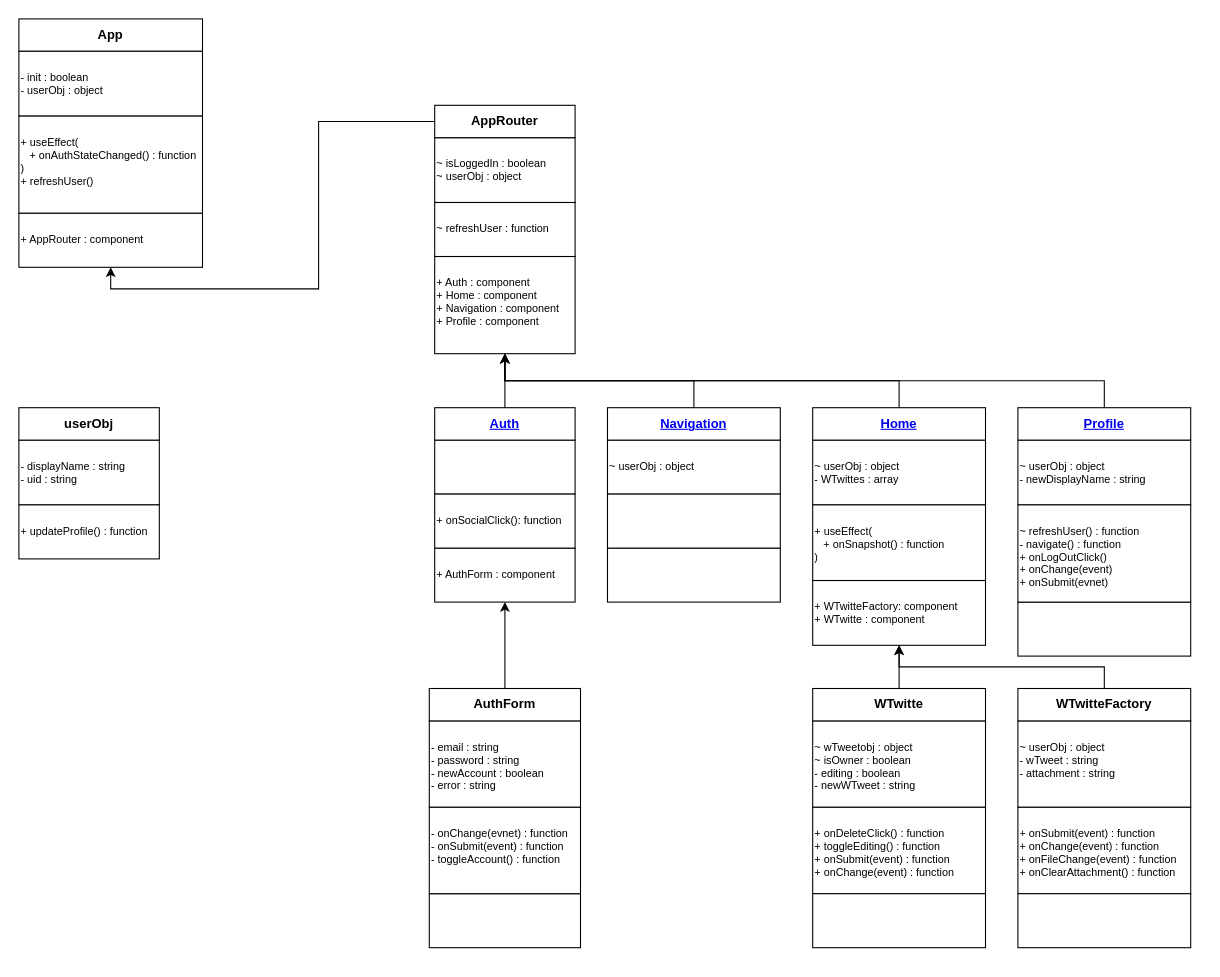
Earlier version of the draw.io diagram page "Class Diagram" (2 of 5) of wtwitter.drawio (euoom/wtwitter). Source tidied: cells renumbered, new cells numbered last; positions are measured from the earlier drawing's top-left corner, leaving out a move shared by most shapes. Both pictures are drawn from the tidied source at 108%, with x=0, y=0 at pixel (18, 18).
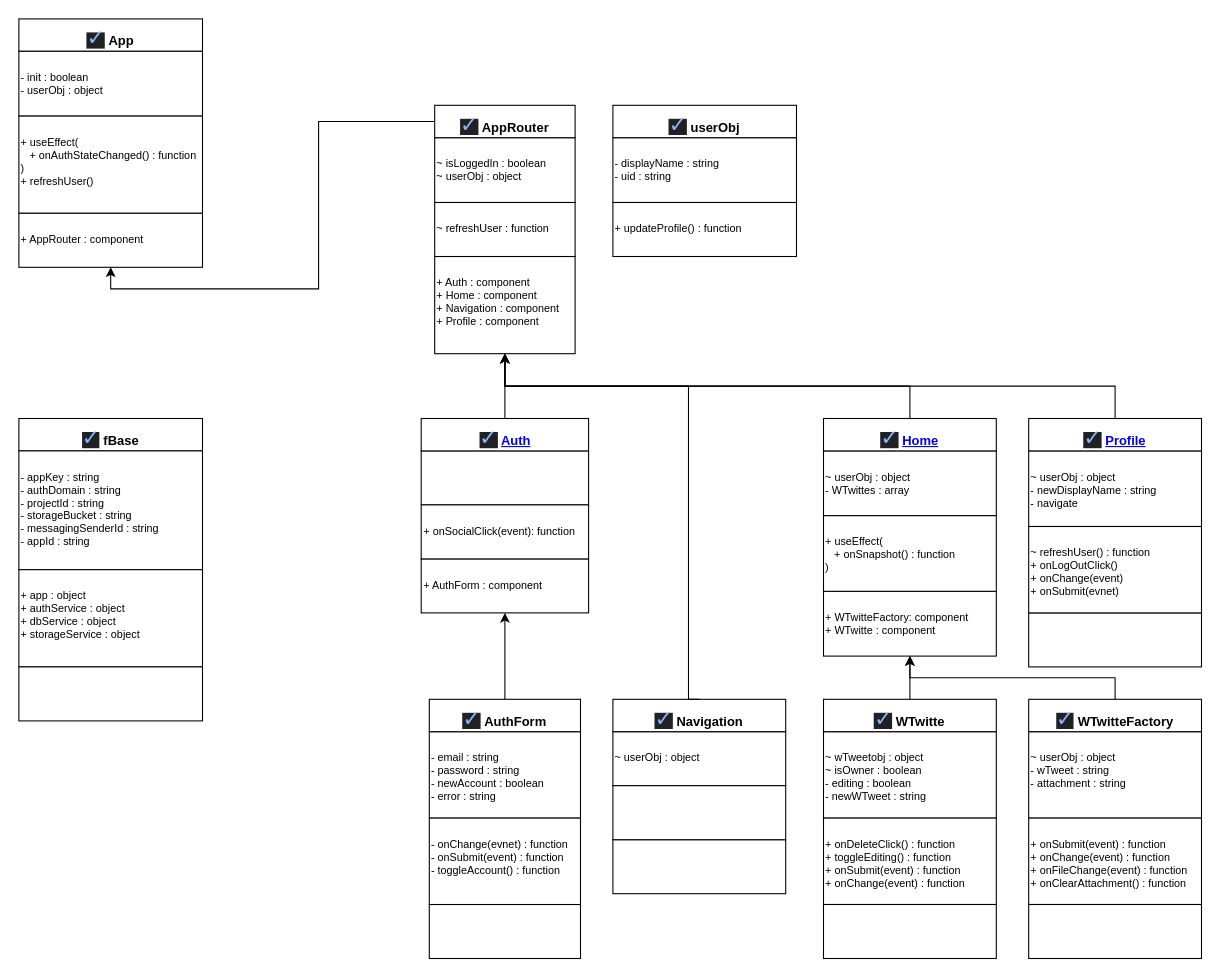
The same diagram, later.

The change refers to these unchanged cells:
```xml
<mxCell id="2" style="group;" parent="1" vertex="1">
  <mxGeometry width="170" height="230" as="geometry" />
</mxCell>
<mxCell id="12" style="group;" parent="1" vertex="1">
  <mxGeometry x="385" y="80" width="130" height="230" as="geometry" />
</mxCell>
<mxCell id="15" value="&lt;br&gt;+ Auth&amp;nbsp;: component&lt;br&gt;+ Home&amp;nbsp;: component&lt;br&gt;+ Navigation&amp;nbsp;: component&lt;br&gt;+ Profile&amp;nbsp;: component" style="whiteSpace=wrap;html=1;rounded=0;fontSize=10;align=left;verticalAlign=top;" parent="12" vertex="1">
  <mxGeometry y="140" width="130" height="90" as="geometry" />
</mxCell>
```

Diff of the diagram source:
```diff
@@
-    <mxCell id="3" value="&lt;b&gt;App&lt;/b&gt;" style="whiteSpace=wrap;html=1;rounded=0;fontSize=12;" parent="2" vertex="1">
+    <mxCell id="3" value="&lt;a style=&quot;color: rgb(138, 180, 248); text-decoration-line: none; -webkit-tap-highlight-color: rgba(255, 255, 255, 0.1); outline: 0px; font-family: &amp;quot;Apple SD Gothic Neo&amp;quot;, arial, sans-serif; font-size: small; text-align: left; background-color: rgb(32, 33, 36);&quot; href=&quot;https://unicode-table.com/kr/2713/&quot;&gt;&lt;h3 style=&quot;font-weight: 400; margin: 0px; padding: 5px 0px 0px; font-size: 20px; line-height: 1.3; display: inline-block;&quot; class=&quot;LC20lb MBeuO DKV0Md&quot;&gt;✓&lt;/h3&gt;&lt;/a&gt;&amp;nbsp;&lt;b&gt;App&lt;/b&gt;" style="whiteSpace=wrap;html=1;rounded=0;fontSize=12;" parent="2" vertex="1">
       <mxGeometry width="170" height="30" as="geometry" />
     </mxCell>
@@
     <mxCell id="8" style="group;" parent="1" vertex="1">
-      <mxGeometry y="360" width="130" height="140" as="geometry" />
+      <mxGeometry x="550" y="80" width="170" height="140" as="geometry" />
     </mxCell>
     <mxCell id="9" value="&lt;br&gt;- displayName : string&lt;br&gt;- uid : string" style="whiteSpace=wrap;html=1;rounded=0;fontSize=10;align=left;verticalAlign=top;" parent="8" vertex="1">
-      <mxGeometry y="30" width="130" height="60" as="geometry" />
+      <mxGeometry y="30" width="170" height="60" as="geometry" />
     </mxCell>
-    <mxCell id="10" value="&lt;b&gt;userObj&lt;/b&gt;" style="whiteSpace=wrap;html=1;rounded=0;fontSize=12;" parent="8" vertex="1">
-      <mxGeometry width="130" height="30" as="geometry" />
+    <mxCell id="10" value="&lt;a style=&quot;color: rgb(138, 180, 248); text-decoration-line: none; -webkit-tap-highlight-color: rgba(255, 255, 255, 0.1); outline: 0px; font-family: &amp;quot;Apple SD Gothic Neo&amp;quot;, arial, sans-serif; font-size: small; text-align: left; background-color: rgb(32, 33, 36);&quot; href=&quot;https://unicode-table.com/kr/2713/&quot;&gt;&lt;h3 style=&quot;font-weight: 400; margin: 0px; padding: 5px 0px 0px; font-size: 20px; line-height: 1.3; display: inline-block;&quot; class=&quot;LC20lb MBeuO DKV0Md&quot;&gt;✓&lt;/h3&gt;&lt;/a&gt;&amp;nbsp;&lt;b&gt;userObj&lt;/b&gt;" style="whiteSpace=wrap;html=1;rounded=0;fontSize=12;" parent="8" vertex="1">
+      <mxGeometry width="170" height="30" as="geometry" />
     </mxCell>
     <mxCell id="11" value="&lt;br&gt;+ updateProfile() : function" style="whiteSpace=wrap;html=1;rounded=0;fontSize=10;align=left;verticalAlign=top;" parent="8" vertex="1">
-      <mxGeometry y="90" width="130" height="50" as="geometry" />
+      <mxGeometry y="90" width="170" height="50" as="geometry" />
     </mxCell>
@@
-    <mxCell id="14" value="&lt;b&gt;AppRouter&lt;/b&gt;" style="whiteSpace=wrap;html=1;rounded=0;fontSize=12;" parent="12" vertex="1">
+    <mxCell id="14" value="&lt;a style=&quot;color: rgb(138, 180, 248); text-decoration-line: none; -webkit-tap-highlight-color: rgba(255, 255, 255, 0.1); outline: 0px; font-family: &amp;quot;Apple SD Gothic Neo&amp;quot;, arial, sans-serif; font-size: small; text-align: left; background-color: rgb(32, 33, 36);&quot; href=&quot;https://unicode-table.com/kr/2713/&quot;&gt;&lt;h3 style=&quot;font-weight: 400; margin: 0px; padding: 5px 0px 0px; font-size: 20px; line-height: 1.3; display: inline-block;&quot; class=&quot;LC20lb MBeuO DKV0Md&quot;&gt;✓&lt;/h3&gt;&lt;/a&gt;&amp;nbsp;&lt;b&gt;AppRouter&lt;/b&gt;" style="whiteSpace=wrap;html=1;rounded=0;fontSize=12;" parent="12" vertex="1">
       <mxGeometry width="130" height="30" as="geometry" />
     </mxCell>
@@
     <mxCell id="17" style="group;" parent="1" vertex="1">
-      <mxGeometry x="385" y="360" width="130" height="180" as="geometry" />
+      <mxGeometry x="372.5" y="370" width="155" height="180" as="geometry" />
     </mxCell>
     <mxCell id="18" style="whiteSpace=wrap;html=1;rounded=0;fontSize=10;align=left;verticalAlign=top;" parent="17" vertex="1">
-      <mxGeometry y="30" width="130" height="50" as="geometry" />
+      <mxGeometry y="30" width="155" height="50" as="geometry" />
     </mxCell>
-    <mxCell id="19" value="&lt;b&gt;&lt;a href=&quot;data:page/id,FzWzsDu9g3t20pTuYuTG&quot;&gt;Auth&lt;/a&gt;&lt;/b&gt;" style="whiteSpace=wrap;html=1;rounded=0;fontSize=12;" parent="17" vertex="1">
-      <mxGeometry width="130" height="30" as="geometry" />
+    <mxCell id="19" value="&lt;a style=&quot;color: rgb(138, 180, 248); text-decoration-line: none; -webkit-tap-highlight-color: rgba(255, 255, 255, 0.1); outline: 0px; font-family: &amp;quot;Apple SD Gothic Neo&amp;quot;, arial, sans-serif; font-size: small; text-align: left; background-color: rgb(32, 33, 36);&quot; href=&quot;https://unicode-table.com/kr/2713/&quot;&gt;&lt;h3 style=&quot;font-weight: 400; margin: 0px; padding: 5px 0px 0px; font-size: 20px; line-height: 1.3; display: inline-block;&quot; class=&quot;LC20lb MBeuO DKV0Md&quot;&gt;✓&lt;/h3&gt;&lt;/a&gt;&amp;nbsp;&lt;b&gt;&lt;a href=&quot;data:page/id,FzWzsDu9g3t20pTuYuTG&quot;&gt;Auth&lt;/a&gt;&lt;/b&gt;" style="whiteSpace=wrap;html=1;rounded=0;fontSize=12;" parent="17" vertex="1">
+      <mxGeometry width="155" height="30" as="geometry" />
     </mxCell>
     <mxCell id="20" value="&lt;br&gt;+ AuthForm : component" style="whiteSpace=wrap;html=1;rounded=0;fontSize=10;align=left;verticalAlign=top;" parent="17" vertex="1">
-      <mxGeometry y="130" width="130" height="50" as="geometry" />
+      <mxGeometry y="130" width="155" height="50" as="geometry" />
     </mxCell>
-    <mxCell id="21" value="&lt;br&gt;+ onSocialClick(): function" style="whiteSpace=wrap;html=1;rounded=0;fontSize=10;align=left;verticalAlign=top;" parent="17" vertex="1">
-      <mxGeometry y="80" width="130" height="50" as="geometry" />
+    <mxCell id="21" value="&lt;br&gt;+ onSocialClick(event): function" style="whiteSpace=wrap;html=1;rounded=0;fontSize=10;align=left;verticalAlign=top;" parent="17" vertex="1">
+      <mxGeometry y="80" width="155" height="50" as="geometry" />
     </mxCell>
@@
     <mxCell id="25" style="group;" parent="1" vertex="1">
-      <mxGeometry x="735" y="360" width="160" height="220" as="geometry" />
+      <mxGeometry x="745" y="370" width="160" height="220" as="geometry" />
     </mxCell>
@@
-    <mxCell id="27" value="&lt;b&gt;&lt;a href=&quot;data:page/id,i3wZs3ZD1P14EI6TjjR3&quot;&gt;Home&lt;/a&gt;&lt;/b&gt;" style="whiteSpace=wrap;html=1;rounded=0;fontSize=12;" parent="25" vertex="1">
+    <mxCell id="27" value="&lt;a style=&quot;color: rgb(138, 180, 248); text-decoration-line: none; -webkit-tap-highlight-color: rgba(255, 255, 255, 0.1); outline: 0px; font-family: &amp;quot;Apple SD Gothic Neo&amp;quot;, arial, sans-serif; font-size: small; text-align: left; background-color: rgb(32, 33, 36);&quot; href=&quot;https://unicode-table.com/kr/2713/&quot;&gt;&lt;h3 style=&quot;font-weight: 400; margin: 0px; padding: 5px 0px 0px; font-size: 20px; line-height: 1.3; display: inline-block;&quot; class=&quot;LC20lb MBeuO DKV0Md&quot;&gt;✓&lt;/h3&gt;&lt;/a&gt;&amp;nbsp;&lt;b&gt;&lt;a href=&quot;data:page/id,i3wZs3ZD1P14EI6TjjR3&quot;&gt;Home&lt;/a&gt;&lt;/b&gt;" style="whiteSpace=wrap;html=1;rounded=0;fontSize=12;" parent="25" vertex="1">
       <mxGeometry width="160" height="30" as="geometry" />
     </mxCell>
@@
     <mxCell id="30" style="group;" parent="1" vertex="1">
-      <mxGeometry x="380" y="620" width="140" height="240" as="geometry" />
+      <mxGeometry x="380" y="630" width="140" height="240" as="geometry" />
     </mxCell>
@@
-    <mxCell id="32" value="&lt;b&gt;AuthForm&lt;/b&gt;" style="whiteSpace=wrap;html=1;rounded=0;fontSize=12;" parent="30" vertex="1">
+    <mxCell id="32" value="&lt;a style=&quot;color: rgb(138, 180, 248); text-decoration-line: none; -webkit-tap-highlight-color: rgba(255, 255, 255, 0.1); outline: 0px; font-family: &amp;quot;Apple SD Gothic Neo&amp;quot;, arial, sans-serif; font-size: small; text-align: left; background-color: rgb(32, 33, 36);&quot; href=&quot;https://unicode-table.com/kr/2713/&quot;&gt;&lt;h3 style=&quot;font-weight: 400; margin: 0px; padding: 5px 0px 0px; font-size: 20px; line-height: 1.3; display: inline-block;&quot; class=&quot;LC20lb MBeuO DKV0Md&quot;&gt;✓&lt;/h3&gt;&lt;/a&gt;&amp;nbsp;&lt;b&gt;AuthForm&lt;/b&gt;" style="whiteSpace=wrap;html=1;rounded=0;fontSize=12;" parent="30" vertex="1">
       <mxGeometry width="140" height="30" as="geometry" />
     </mxCell>
@@
     <mxCell id="36" style="group;" parent="1" vertex="1">
-      <mxGeometry x="735" y="620" width="160" height="240" as="geometry" />
+      <mxGeometry x="745" y="630" width="160" height="240" as="geometry" />
     </mxCell>
@@
-    <mxCell id="38" value="&lt;b&gt;WTwitte&lt;/b&gt;" style="whiteSpace=wrap;html=1;rounded=0;fontSize=12;" parent="36" vertex="1">
+    <mxCell id="38" value="&lt;a style=&quot;color: rgb(138, 180, 248); text-decoration-line: none; -webkit-tap-highlight-color: rgba(255, 255, 255, 0.1); outline: 0px; font-family: &amp;quot;Apple SD Gothic Neo&amp;quot;, arial, sans-serif; font-size: small; text-align: left; background-color: rgb(32, 33, 36);&quot; href=&quot;https://unicode-table.com/kr/2713/&quot;&gt;&lt;h3 style=&quot;font-weight: 400; margin: 0px; padding: 5px 0px 0px; font-size: 20px; line-height: 1.3; display: inline-block;&quot; class=&quot;LC20lb MBeuO DKV0Md&quot;&gt;✓&lt;/h3&gt;&lt;/a&gt;&amp;nbsp;&lt;b&gt;WTwitte&lt;/b&gt;" style="whiteSpace=wrap;html=1;rounded=0;fontSize=12;" parent="36" vertex="1">
       <mxGeometry width="160" height="30" as="geometry" />
     </mxCell>
@@
     <mxCell id="41" style="group;" parent="1" vertex="1">
-      <mxGeometry x="925" y="620" width="160" height="240" as="geometry" />
+      <mxGeometry x="935" y="630" width="160" height="240" as="geometry" />
     </mxCell>
@@
-    <mxCell id="43" value="&lt;b&gt;WTwitteFactory&lt;/b&gt;" style="whiteSpace=wrap;html=1;rounded=0;fontSize=12;" parent="41" vertex="1">
+    <mxCell id="43" value="&lt;a style=&quot;color: rgb(138, 180, 248); text-decoration-line: none; -webkit-tap-highlight-color: rgba(255, 255, 255, 0.1); outline: 0px; font-family: &amp;quot;Apple SD Gothic Neo&amp;quot;, arial, sans-serif; font-size: small; text-align: left; background-color: rgb(32, 33, 36);&quot; href=&quot;https://unicode-table.com/kr/2713/&quot;&gt;&lt;h3 style=&quot;font-weight: 400; margin: 0px; padding: 5px 0px 0px; font-size: 20px; line-height: 1.3; display: inline-block;&quot; class=&quot;LC20lb MBeuO DKV0Md&quot;&gt;✓&lt;/h3&gt;&lt;/a&gt;&amp;nbsp;&lt;b&gt;WTwitteFactory&lt;/b&gt;" style="whiteSpace=wrap;html=1;rounded=0;fontSize=12;" parent="41" vertex="1">
       <mxGeometry width="160" height="30" as="geometry" />
     </mxCell>
@@
     <mxCell id="47" style="group;" parent="1" vertex="1">
-      <mxGeometry x="545" y="360" width="160" height="180" as="geometry" />
+      <mxGeometry x="550" y="630" width="160" height="180" as="geometry" />
     </mxCell>
@@
-    <mxCell id="49" value="&lt;b&gt;&lt;a href=&quot;data:page/id,FzWzsDu9g3t20pTuYuTG&quot;&gt;Navigation&lt;/a&gt;&lt;/b&gt;" style="whiteSpace=wrap;html=1;rounded=0;fontSize=12;" parent="47" vertex="1">
+    <mxCell id="49" value="&lt;a style=&quot;color: rgb(138, 180, 248); text-decoration-line: none; -webkit-tap-highlight-color: rgba(255, 255, 255, 0.1); outline: 0px; font-family: &amp;quot;Apple SD Gothic Neo&amp;quot;, arial, sans-serif; font-size: small; text-align: left; background-color: rgb(32, 33, 36);&quot; href=&quot;https://unicode-table.com/kr/2713/&quot;&gt;&lt;h3 style=&quot;font-weight: 400; margin: 0px; padding: 5px 0px 0px; font-size: 20px; line-height: 1.3; display: inline-block;&quot; class=&quot;LC20lb MBeuO DKV0Md&quot;&gt;✓&lt;/h3&gt;&lt;/a&gt;&amp;nbsp;&lt;b&gt;Navigation&lt;/b&gt;" style="whiteSpace=wrap;html=1;rounded=0;fontSize=12;" parent="47" vertex="1">
       <mxGeometry width="160" height="30" as="geometry" />
     </mxCell>
@@
     <mxCell id="52" style="edgeStyle=orthogonalEdgeStyle;rounded=0;jettySize=auto;html=1;fontSize=10;exitX=0.5;exitY=0;exitDx=0;exitDy=0;" parent="1" edge="1" source="49" target="15">
-      <mxGeometry relative="1" as="geometry" />
+      <mxGeometry relative="1" as="geometry">
+        <Array as="points">
+          <mxPoint x="620" y="340" />
+          <mxPoint x="450" y="340" />
+        </Array>
+      </mxGeometry>
     </mxCell>
     <mxCell id="53" style="whiteSpace=wrap;html=1;rounded=0;fontSize=10;align=left;verticalAlign=top;" parent="1" vertex="1">
-      <mxGeometry x="925" y="540" width="160" height="50" as="geometry" />
+      <mxGeometry x="935" y="550" width="160" height="50" as="geometry" />
     </mxCell>
-    <mxCell id="54" value="&lt;br&gt;~ userObj : object&lt;br&gt;- newDisplayName : string" style="whiteSpace=wrap;html=1;rounded=0;fontSize=10;align=left;verticalAlign=top;" parent="1" vertex="1">
-      <mxGeometry x="925" y="390" width="160" height="60" as="geometry" />
+    <mxCell id="54" value="&lt;br&gt;~ userObj : object&lt;br&gt;- newDisplayName : string&lt;br&gt;- navigate" style="whiteSpace=wrap;html=1;rounded=0;fontSize=10;align=left;verticalAlign=top;" parent="1" vertex="1">
+      <mxGeometry x="935" y="400" width="160" height="70" as="geometry" />
     </mxCell>
-    <mxCell id="55" value="&lt;b&gt;&lt;a href=&quot;data:page/id,-JMTUTvfr7iSzbt_DAt5&quot;&gt;Profile&lt;/a&gt;&lt;/b&gt;" style="whiteSpace=wrap;html=1;rounded=0;fontSize=12;" parent="1" vertex="1">
-      <mxGeometry x="925" y="360" width="160" height="30" as="geometry" />
+    <mxCell id="55" value="&lt;a style=&quot;color: rgb(138, 180, 248); text-decoration-line: none; -webkit-tap-highlight-color: rgba(255, 255, 255, 0.1); outline: 0px; font-family: &amp;quot;Apple SD Gothic Neo&amp;quot;, arial, sans-serif; font-size: small; text-align: left; background-color: rgb(32, 33, 36);&quot; href=&quot;https://unicode-table.com/kr/2713/&quot;&gt;&lt;h3 style=&quot;font-weight: 400; margin: 0px; padding: 5px 0px 0px; font-size: 20px; line-height: 1.3; display: inline-block;&quot; class=&quot;LC20lb MBeuO DKV0Md&quot;&gt;✓&lt;/h3&gt;&lt;/a&gt;&amp;nbsp;&lt;b&gt;&lt;a href=&quot;data:page/id,-JMTUTvfr7iSzbt_DAt5&quot;&gt;Profile&lt;/a&gt;&lt;/b&gt;" style="whiteSpace=wrap;html=1;rounded=0;fontSize=12;" parent="1" vertex="1">
+      <mxGeometry x="935" y="370" width="160" height="30" as="geometry" />
     </mxCell>
-    <mxCell id="56" value="&lt;br&gt;~ refreshUser() : function&lt;br&gt;- navigate() : function&lt;br&gt;+ onLogOutClick()&lt;br&gt;+ onChange(event)&lt;br&gt;+ onSubmit(evnet)&lt;br&gt;" style="whiteSpace=wrap;html=1;rounded=0;fontSize=10;align=left;verticalAlign=top;" parent="1" vertex="1">
-      <mxGeometry x="925" y="450" width="160" height="90" as="geometry" />
+    <mxCell id="56" value="&lt;br&gt;~ refreshUser() : function&lt;br&gt;+ onLogOutClick()&lt;br&gt;+ onChange(event)&lt;br&gt;+ onSubmit(evnet)" style="whiteSpace=wrap;html=1;rounded=0;fontSize=10;align=left;verticalAlign=top;" parent="1" vertex="1">
+      <mxGeometry x="935" y="470" width="160" height="80" as="geometry" />
     </mxCell>
@@
+    <mxCell id="58" style="group;" parent="1" vertex="1">
+      <mxGeometry y="370" width="170" height="280" as="geometry" />
+    </mxCell>
+    <mxCell id="59" value="&lt;a style=&quot;color: rgb(138, 180, 248); text-decoration-line: none; -webkit-tap-highlight-color: rgba(255, 255, 255, 0.1); outline: 0px; font-family: &amp;quot;Apple SD Gothic Neo&amp;quot;, arial, sans-serif; font-size: small; text-align: left; background-color: rgb(32, 33, 36);&quot; href=&quot;https://unicode-table.com/kr/2713/&quot;&gt;&lt;h3 style=&quot;font-weight: 400; margin: 0px; padding: 5px 0px 0px; font-size: 20px; line-height: 1.3; display: inline-block;&quot; class=&quot;LC20lb MBeuO DKV0Md&quot;&gt;✓&lt;/h3&gt;&lt;/a&gt;&lt;b&gt;&amp;nbsp;fBase&lt;/b&gt;" style="whiteSpace=wrap;html=1;rounded=0;fontSize=12;" parent="58" vertex="1">
+      <mxGeometry width="170" height="30" as="geometry" />
+    </mxCell>
+    <mxCell id="60" value="&lt;br&gt;- appKey : string&lt;br&gt;- authDomain : string&lt;br&gt;- projectId : string&lt;br&gt;- storageBucket : string&lt;br&gt;- messagingSenderId : string&lt;br&gt;- appId : string" style="whiteSpace=wrap;html=1;rounded=0;fontSize=10;align=left;verticalAlign=top;" parent="58" vertex="1">
+      <mxGeometry y="30" width="170" height="110" as="geometry" />
+    </mxCell>
+    <mxCell id="61" value="&lt;br&gt;+ app : object&lt;br&gt;+ authService : object&lt;br&gt;+ dbService : object&lt;br&gt;+ storageService : object" style="whiteSpace=wrap;html=1;rounded=0;fontSize=10;align=left;verticalAlign=top;" parent="58" vertex="1">
+      <mxGeometry y="140" width="170" height="90" as="geometry" />
+    </mxCell>
+    <mxCell id="62" style="whiteSpace=wrap;html=1;rounded=0;fontSize=10;align=left;verticalAlign=top;" parent="58" vertex="1">
+      <mxGeometry y="230" width="170" height="50" as="geometry" />
+    </mxCell>
```
